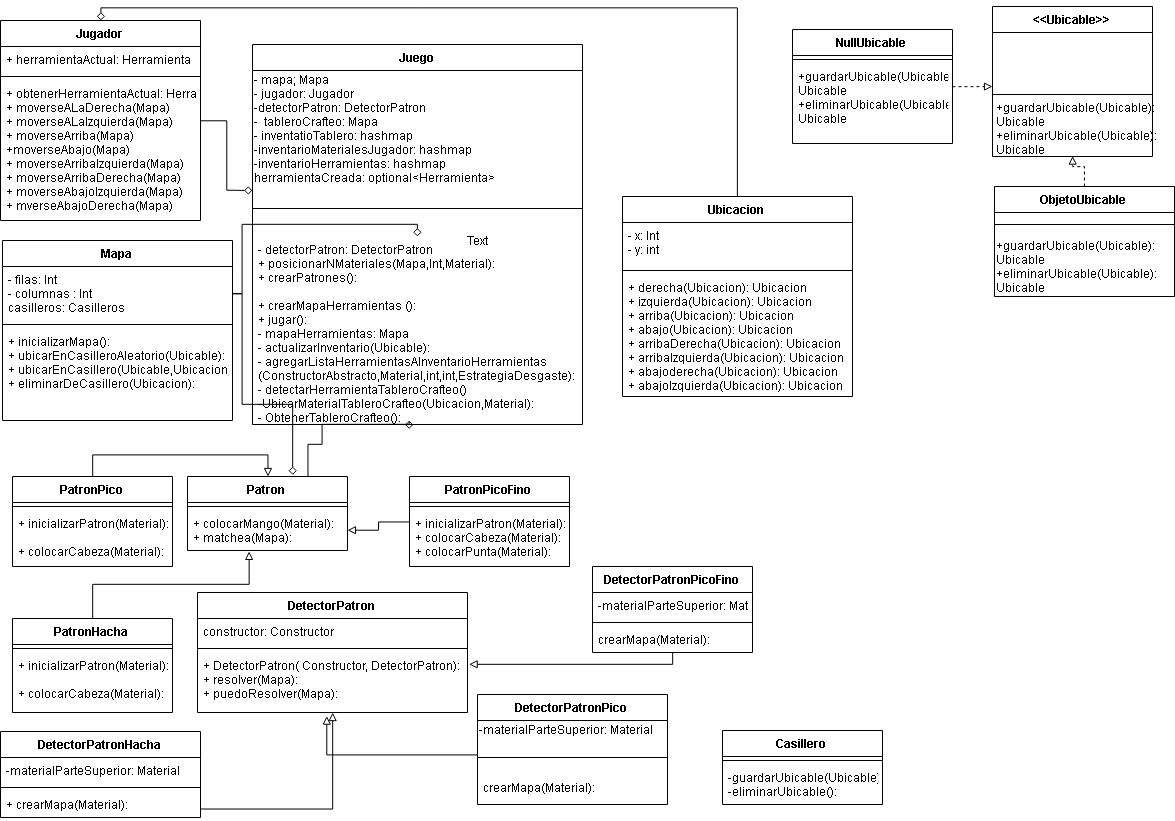
Before: Diagramas UML/diagramaClasses2.png, a diagram exported from draw.io (martinaAgata/AlgoCraft). Source tidied: cells renumbered, new cells last; positions are measured from the earlier drawing's top-left corner, leaving out a move shared by most shapes.
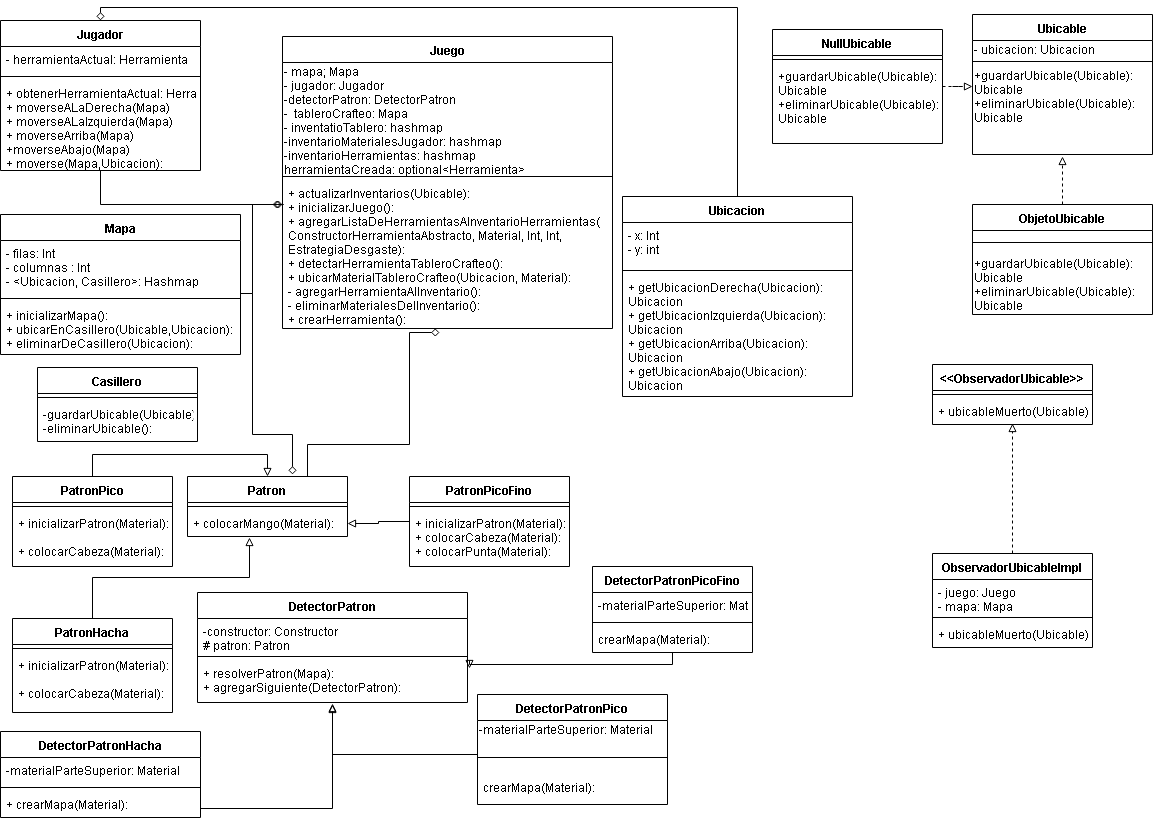
Later version of the same file.

What changed in the source:
```diff
@@ -20,3 +20,3 @@
     </mxCell>
-    <mxCell id="6" value="+ derecha(Ubicacion): Ubicacion&#10;+ izquierda(Ubicacion): Ubicacion&#10;+ arriba(Ubicacion): Ubicacion&#10;+ abajo(Ubicacion): Ubicacion&#10;+ arribaDerecha(Ubicacion): Ubicacion&#10;+ arribaIzquierda(Ubicacion): Ubicacion&#10;+ abajoderecha(Ubicacion): Ubicacion&#10;+ abajoIzquierda(Ubicacion): Ubicacion&#10;" style="text;strokeColor=none;fillColor=none;align=left;verticalAlign=top;spacingLeft=4;spacingRight=4;overflow=hidden;" parent="3" vertex="1">
+    <mxCell id="6" value="+ getUbicacionDerecha(Ubicacion): &#10;Ubicacion&#10;+ getUbicacionIzquierda(Ubicacion): &#10;Ubicacion&#10;+ getUbicacionArriba(Ubicacion): &#10;Ubicacion&#10;+ getUbicacionAbajo(Ubicacion): &#10;Ubicacion&#10;&#10;" style="text;strokeColor=none;fillColor=none;align=left;verticalAlign=top;spacingLeft=4;spacingRight=4;overflow=hidden;" parent="3" vertex="1">
       <mxGeometry y="78" width="230" height="122" as="geometry" />
@@ -29,3 +29,3 @@
     <mxCell id="8" value="Juego" style="swimlane;fontStyle=1;align=center;verticalAlign=top;horizontal=1;startSize=26;" parent="1" vertex="1">
-      <mxGeometry x="252" y="38" width="330" height="380" as="geometry" />
+      <mxGeometry x="282" y="30" width="330" height="292" as="geometry" />
     </mxCell>
@@ -35,10 +35,14 @@
     <mxCell id="10" style="line;strokeWidth=1;fillColor=none;align=left;verticalAlign=middle;spacingTop=-1;spacingLeft=3;spacingRight=3;labelPosition=right;" parent="8" vertex="1">
-      <mxGeometry y="136" width="330" height="56" as="geometry" />
+      <mxGeometry y="136" width="330" height="8" as="geometry" />
     </mxCell>
-    <mxCell id="11" value="- detectorPatron: DetectorPatron&#10;+ posicionarNMateriales(Mapa,Int,Material): &#10;+ crearPatrones(): &#10;&#10;+ crearMapaHerramientas ():&#10;+ jugar():&#10;- mapaHerramientas: Mapa&#10;- actualizarInventario(Ubicable):&#10;- agregarListaHerramientasAInventarioHerramientas&#10;(ConstructorAbstracto,Material,int,int,EstrategiaDesgaste):&#10;- detectarHerramientaTableroCrafteo()&#10;-UbicarMaterialTableroCrafteo(Ubicacion,Material):&#10;- ObtenerTableroCrafteo():&#10;" style="text;strokeColor=none;fillColor=none;align=left;verticalAlign=top;spacingLeft=4;spacingRight=4;overflow=hidden;points=[[0,0.5],[1,0.5]];portConstraint=eastwest;" parent="8" vertex="1">
-      <mxGeometry y="192" width="330" height="188" as="geometry" />
+    <mxCell id="11" value="+ actualizarInventarios(Ubicable):&#10;+ inicializarJuego():&#10;+ agregarListaDeHerramientasAInventarioHerramientas(&#10;ConstructorHerramientaAbstracto, Material, Int, Int, &#10;EstrategiaDesgaste):&#10;+ detectarHerramientaTableroCrafteo():&#10;+ ubicarMaterialTableroCrafteo(Ubicacion, Material):&#10;- agregarHerramientaAlInventario():&#10;- eliminarMaterialesDelInventario():&#10;+ crearHerramienta(): " style="text;strokeColor=none;fillColor=none;align=left;verticalAlign=top;spacingLeft=4;spacingRight=4;overflow=hidden;points=[[0,0.5],[1,0.5]];portConstraint=eastwest;" parent="8" vertex="1">
+      <mxGeometry y="144" width="330" height="148" as="geometry" />
     </mxCell>
-    <mxCell id="12" style="edgeStyle=orthogonalEdgeStyle;rounded=0;jettySize=auto;html=1;entryX=0;entryY=0.5;entryDx=0;entryDy=0;endArrow=diamond;endFill=0;" parent="1" edge="1" source="13">
+    <mxCell id="12" style="edgeStyle=orthogonalEdgeStyle;rounded=0;jettySize=auto;html=1;endArrow=diamond;endFill=0;" parent="1" edge="1" source="13">
       <mxGeometry relative="1" as="geometry">
-        <mxPoint x="252" y="184" as="targetPoint" />
+        <mxPoint x="272" y="198" as="targetPoint" />
+        <Array as="points">
+          <mxPoint x="100" y="198" />
+          <mxPoint x="283" y="198" />
+        </Array>
       </mxGeometry>
@@ -46,5 +50,5 @@
     <mxCell id="13" value="Jugador" style="swimlane;fontStyle=1;align=center;verticalAlign=top;horizontal=1;startSize=26;" parent="1" vertex="1">
-      <mxGeometry y="14" width="200" height="200" as="geometry" />
+      <mxGeometry y="14" width="200" height="150" as="geometry" />
     </mxCell>
-    <mxCell id="14" value="+ herramientaActual: Herramienta" style="text;strokeColor=none;fillColor=none;align=left;verticalAlign=top;spacingLeft=4;spacingRight=4;overflow=hidden;" parent="13" vertex="1">
+    <mxCell id="14" value="- herramientaActual: Herramienta" style="text;strokeColor=none;fillColor=none;align=left;verticalAlign=top;spacingLeft=4;spacingRight=4;overflow=hidden;" parent="13" vertex="1">
       <mxGeometry y="26" width="200" height="26" as="geometry" />
@@ -54,22 +58,24 @@
     </mxCell>
-    <mxCell id="16" value="+ obtenerHerramientaActual: Herramienta&#10;+ moverseALaDerecha(Mapa)&#10;+ moverseALaIzquierda(Mapa)&#10;+ moverseArriba(Mapa)&#10;+moverseAbajo(Mapa)&#10;+ moverseArribaIzquierda(Mapa)&#10;+ moverseArribaDerecha(Mapa)&#10;+ moverseAbajoIzquierda(Mapa)&#10;+ mverseAbajoDerecha(Mapa)" style="text;strokeColor=none;fillColor=none;align=left;verticalAlign=top;spacingLeft=4;spacingRight=4;overflow=hidden;" parent="13" vertex="1">
-      <mxGeometry y="60" width="200" height="140" as="geometry" />
+    <mxCell id="16" value="+ obtenerHerramientaActual: Herramienta&#10;+ moverseALaDerecha(Mapa)&#10;+ moverseALaIzquierda(Mapa)&#10;+ moverseArriba(Mapa)&#10;+moverseAbajo(Mapa)&#10;+ moverse(Mapa,Ubicacion):&#10;" style="text;strokeColor=none;fillColor=none;align=left;verticalAlign=top;spacingLeft=4;spacingRight=4;overflow=hidden;" parent="13" vertex="1">
+      <mxGeometry y="60" width="200" height="90" as="geometry" />
     </mxCell>
     <mxCell id="17" value="Mapa" style="swimlane;fontStyle=1;align=center;verticalAlign=top;horizontal=1;startSize=26;" parent="1" vertex="1">
-      <mxGeometry x="2" y="234" width="230" height="180" as="geometry" />
+      <mxGeometry y="208" width="240" height="140" as="geometry" />
     </mxCell>
-    <mxCell id="18" value="- filas: Int&#10;- columnas : Int&#10;casilleros: Casilleros&#10;" style="text;strokeColor=none;fillColor=none;align=left;verticalAlign=top;spacingLeft=4;spacingRight=4;overflow=hidden;points=[[0,0.5],[1,0.5]];portConstraint=eastwest;" parent="17" vertex="1">
-      <mxGeometry y="26" width="230" height="54" as="geometry" />
+    <mxCell id="18" value="- filas: Int&#10;- columnas : Int&#10;- &lt;Ubicacion, Casillero&gt;: Hashmap&#10;" style="text;strokeColor=none;fillColor=none;align=left;verticalAlign=top;spacingLeft=4;spacingRight=4;overflow=hidden;points=[[0,0.5],[1,0.5]];portConstraint=eastwest;" parent="17" vertex="1">
+      <mxGeometry y="26" width="240" height="54" as="geometry" />
     </mxCell>
     <mxCell id="19" style="line;strokeWidth=1;fillColor=none;align=left;verticalAlign=middle;spacingTop=-1;spacingLeft=3;spacingRight=3;labelPosition=right;" parent="17" vertex="1">
-      <mxGeometry y="80" width="230" height="8" as="geometry" />
+      <mxGeometry y="80" width="240" height="8" as="geometry" />
     </mxCell>
-    <mxCell id="20" value="+ inicializarMapa():&#10;+ ubicarEnCasilleroAleatorio(Ubicable):&#10;+ ubicarEnCasillero(Ubicable,Ubicacion):&#10;+ eliminarDeCasillero(Ubicacion):" style="text;strokeColor=none;fillColor=none;align=left;verticalAlign=top;spacingLeft=4;spacingRight=4;overflow=hidden;" parent="17" vertex="1">
-      <mxGeometry y="88" width="230" height="92" as="geometry" />
+    <mxCell id="20" value="+ inicializarMapa():&#10;+ ubicarEnCasillero(Ubicable,Ubicacion):&#10;+ eliminarDeCasillero(Ubicacion):" style="text;strokeColor=none;fillColor=none;align=left;verticalAlign=top;spacingLeft=4;spacingRight=4;overflow=hidden;" parent="17" vertex="1">
+      <mxGeometry y="88" width="240" height="52" as="geometry" />
     </mxCell>
-    <mxCell id="21" style="edgeStyle=orthogonalEdgeStyle;rounded=0;jettySize=auto;html=1;endArrow=diamond;endFill=0;" parent="1" edge="1" source="18" target="11">
+    <mxCell id="21" style="edgeStyle=orthogonalEdgeStyle;rounded=0;jettySize=auto;html=1;endArrow=diamond;endFill=0;" parent="1" edge="1" source="18">
       <mxGeometry relative="1" as="geometry">
+        <mxPoint x="282" y="198" as="targetPoint" />
         <Array as="points">
-          <mxPoint x="242" y="287" />
-          <mxPoint x="242" y="218" />
+          <mxPoint x="252" y="287" />
+          <mxPoint x="252" y="198" />
+          <mxPoint x="282" y="198" />
         </Array>
@@ -81,5 +87,3 @@
           <mxPoint x="307" y="438" />
-          <mxPoint x="322" y="438" />
-          <mxPoint x="322" y="418" />
-          <mxPoint x="409" y="418" />
+          <mxPoint x="409" y="438" />
         </Array>
@@ -88,3 +92,3 @@
     <mxCell id="23" value="Patron" style="swimlane;fontStyle=1;align=center;verticalAlign=top;horizontal=1;startSize=26;" parent="1" vertex="1">
-      <mxGeometry x="187" y="470" width="160" height="74" as="geometry" />
+      <mxGeometry x="187" y="470" width="160" height="60" as="geometry" />
     </mxCell>
@@ -93,4 +97,4 @@
     </mxCell>
-    <mxCell id="25" value="+ colocarMango(Material):&#10;+ matchea(Mapa):&#10;" style="text;strokeColor=none;fillColor=none;align=left;verticalAlign=top;spacingLeft=4;spacingRight=4;overflow=hidden;points=[[0,0.5],[1,0.5]];portConstraint=eastwest;" parent="23" vertex="1">
-      <mxGeometry y="34" width="160" height="40" as="geometry" />
+    <mxCell id="25" value="+ colocarMango(Material):&#10;" style="text;strokeColor=none;fillColor=none;align=left;verticalAlign=top;spacingLeft=4;spacingRight=4;overflow=hidden;points=[[0,0.5],[1,0.5]];portConstraint=eastwest;" parent="23" vertex="1">
+      <mxGeometry y="34" width="160" height="26" as="geometry" />
     </mxCell>
@@ -129,5 +133,5 @@
         <Array as="points">
-          <mxPoint x="242" y="287" />
-          <mxPoint x="242" y="398" />
-          <mxPoint x="292" y="398" />
+          <mxPoint x="252" y="287" />
+          <mxPoint x="252" y="428" />
+          <mxPoint x="292" y="428" />
         </Array>
@@ -148,15 +152,16 @@
     <mxCell id="39" value="DetectorPatron" style="swimlane;fontStyle=1;align=center;verticalAlign=top;horizontal=1;startSize=26;" parent="1" vertex="1">
-      <mxGeometry x="197" y="586" width="270" height="120" as="geometry" />
+      <mxGeometry x="197" y="586" width="270" height="110" as="geometry" />
     </mxCell>
-    <mxCell id="40" value="constructor: Constructor" style="text;strokeColor=none;fillColor=none;align=left;verticalAlign=top;spacingLeft=4;spacingRight=4;overflow=hidden;" parent="39" vertex="1">
-      <mxGeometry y="26" width="270" height="26" as="geometry" />
+    <mxCell id="40" value="-constructor: Constructor&#10;# patron: Patron&#10;" style="text;strokeColor=none;fillColor=none;align=left;verticalAlign=top;spacingLeft=4;spacingRight=4;overflow=hidden;" parent="39" vertex="1">
+      <mxGeometry y="26" width="270" height="34" as="geometry" />
     </mxCell>
     <mxCell id="41" style="line;strokeWidth=1;fillColor=none;align=left;verticalAlign=middle;spacingTop=-1;spacingLeft=3;spacingRight=3;labelPosition=right;" parent="39" vertex="1">
-      <mxGeometry y="52" width="270" height="8" as="geometry" />
+      <mxGeometry y="60" width="270" height="8" as="geometry" />
     </mxCell>
-    <mxCell id="42" value="+ DetectorPatron( Constructor, DetectorPatron):&#10;+ resolver(Mapa):&#10;+ puedoResolver(Mapa):" style="text;strokeColor=none;fillColor=none;align=left;verticalAlign=top;spacingLeft=4;spacingRight=4;overflow=hidden;points=[[0,0.5],[1,0.5]];portConstraint=eastwest;" parent="39" vertex="1">
-      <mxGeometry y="60" width="270" height="60" as="geometry" />
+    <mxCell id="42" value="+ resolverPatron(Mapa):&#10;+ agregarSiguiente(DetectorPatron):&#10;" style="text;strokeColor=none;fillColor=none;align=left;verticalAlign=top;spacingLeft=4;spacingRight=4;overflow=hidden;points=[[0,0.5],[1,0.5]];portConstraint=eastwest;" parent="39" vertex="1">
+      <mxGeometry y="68" width="270" height="42" as="geometry" />
     </mxCell>
-    <mxCell id="43" style="edgeStyle=orthogonalEdgeStyle;rounded=0;jettySize=auto;html=1;entryX=0.5;entryY=1;entryDx=0;entryDy=0;endArrow=block;endFill=0;" parent="1" edge="1" source="44" target="39">
+    <mxCell id="43" style="edgeStyle=orthogonalEdgeStyle;rounded=0;jettySize=auto;html=1;endArrow=block;endFill=0;" parent="1" edge="1" source="44">
       <mxGeometry relative="1" as="geometry">
+        <mxPoint x="332" y="698" as="targetPoint" />
         <Array as="points">
@@ -179,6 +184,6 @@
     </mxCell>
-    <mxCell id="48" style="edgeStyle=orthogonalEdgeStyle;rounded=0;jettySize=auto;html=1;endArrow=block;endFill=0;entryX=0.478;entryY=1.067;entryDx=0;entryDy=0;entryPerimeter=0;" parent="1" edge="1" source="49" target="42">
+    <mxCell id="48" style="edgeStyle=orthogonalEdgeStyle;rounded=0;jettySize=auto;html=1;endArrow=block;endFill=0;entryX=0.5;entryY=1.033;entryDx=0;entryDy=0;entryPerimeter=0;" parent="1" edge="1" source="49" target="42">
       <mxGeometry relative="1" as="geometry">
         <Array as="points">
-          <mxPoint x="326" y="748" />
+          <mxPoint x="332" y="748" />
         </Array>
@@ -217,22 +222,24 @@
     </mxCell>
-    <mxCell id="58" value="Casillero" style="swimlane;fontStyle=1;align=center;verticalAlign=top;horizontal=1;startSize=26;" parent="1" vertex="1">
-      <mxGeometry x="722" y="724" width="160" height="74" as="geometry" />
-    </mxCell>
-    <mxCell id="59" style="line;strokeWidth=1;fillColor=none;align=left;verticalAlign=middle;spacingTop=-1;spacingLeft=3;spacingRight=3;labelPosition=right;" parent="58" vertex="1">
-      <mxGeometry y="26" width="160" height="8" as="geometry" />
-    </mxCell>
-    <mxCell id="60" value="-guardarUbicable(Ubicable):&#10;-eliminarUbicable():&#10;" style="text;strokeColor=none;fillColor=none;align=left;verticalAlign=top;spacingLeft=4;spacingRight=4;overflow=hidden;" parent="58" vertex="1">
-      <mxGeometry y="34" width="160" height="40" as="geometry" />
-    </mxCell>
-    <mxCell id="61" value="&lt;&lt;Ubicable&gt;&gt;" style="swimlane;fontStyle=1;align=center;verticalAlign=top;horizontal=1;startSize=26;" parent="1" vertex="1">
-      <mxGeometry x="992" width="160" height="150" as="geometry" />
+    <mxCell id="61" value="Ubicable" style="swimlane;fontStyle=1;align=center;verticalAlign=top;horizontal=1;startSize=26;" parent="1" vertex="1">
+      <mxGeometry x="972" y="8" width="180" height="140" as="geometry" />
     </mxCell>
+    <mxCell id="73" value="- ubicacion: Ubicacion" style="text;html=1;align=left;verticalAlign=top;spacingTop=-4;" parent="61" vertex="1">
+      <mxGeometry y="26" width="180" height="20" as="geometry" />
+    </mxCell>
     <mxCell id="62" style="line;strokeWidth=1;fillColor=none;align=left;verticalAlign=middle;spacingTop=-1;spacingLeft=3;spacingRight=3;labelPosition=right;" parent="61" vertex="1">
-      <mxGeometry y="26" width="160" height="124" as="geometry" />
+      <mxGeometry y="46" width="180" height="2" as="geometry" />
     </mxCell>
+    <mxCell id="67" value="+guardarUbicable(Ubicable):&lt;br&gt;Ubicable&lt;br&gt;+eliminarUbicable(Ubicable):&lt;br&gt;Ubicable&lt;br&gt;" style="text;html=1;" parent="61" vertex="1">
+      <mxGeometry y="48" width="180" height="92" as="geometry" />
+    </mxCell>
-    <mxCell id="63" style="edgeStyle=orthogonalEdgeStyle;rounded=0;jettySize=auto;html=1;entryX=0.5;entryY=1;entryDx=0;entryDy=0;endArrow=block;endFill=0;dashed=1;" parent="1" edge="1" source="64" target="61">
-      <mxGeometry relative="1" as="geometry" />
+    <mxCell id="63" style="edgeStyle=orthogonalEdgeStyle;rounded=0;jettySize=auto;html=1;endArrow=block;endFill=0;dashed=1;" parent="1" edge="1" source="64">
+      <mxGeometry relative="1" as="geometry">
+        <mxPoint x="1062" y="150" as="targetPoint" />
+        <Array as="points">
+          <mxPoint x="1062" y="150" />
+        </Array>
+      </mxGeometry>
     </mxCell>
     <mxCell id="64" value="ObjetoUbicable" style="swimlane;fontStyle=1;align=center;verticalAlign=top;horizontal=1;startSize=26;" parent="1" vertex="1">
-      <mxGeometry x="994" y="180" width="180" height="110" as="geometry" />
+      <mxGeometry x="972" y="198" width="180" height="110" as="geometry" />
     </mxCell>
@@ -244,8 +251,5 @@
     </mxCell>
-    <mxCell id="67" value="+guardarUbicable(Ubicable):&lt;br&gt;Ubicable&lt;br&gt;+eliminarUbicable(Ubicable):&lt;br&gt;Ubicable&lt;br&gt;" style="text;html=1;" parent="1" vertex="1">
-      <mxGeometry x="994" y="88" width="120" height="30" as="geometry" />
-    </mxCell>
     <mxCell id="68" style="edgeStyle=orthogonalEdgeStyle;rounded=0;jettySize=auto;html=1;endArrow=block;endFill=0;dashed=1;" parent="1" edge="1" source="69">
       <mxGeometry relative="1" as="geometry">
-        <mxPoint x="992" y="80" as="targetPoint" />
+        <mxPoint x="972" y="80" as="targetPoint" />
       </mxGeometry>
@@ -253,13 +257,43 @@
     <mxCell id="69" value="NullUbicable" style="swimlane;fontStyle=1;align=center;verticalAlign=top;horizontal=1;startSize=26;" parent="1" vertex="1">
-      <mxGeometry x="792" y="23" width="160" height="114" as="geometry" />
+      <mxGeometry x="772" y="23" width="170" height="114" as="geometry" />
     </mxCell>
     <mxCell id="70" style="line;strokeWidth=1;fillColor=none;align=left;verticalAlign=middle;spacingTop=-1;spacingLeft=3;spacingRight=3;labelPosition=right;" parent="69" vertex="1">
-      <mxGeometry y="26" width="160" height="8" as="geometry" />
+      <mxGeometry y="26" width="170" height="8" as="geometry" />
     </mxCell>
     <mxCell id="71" value="+guardarUbicable(Ubicable):&#10;Ubicable&#10;+eliminarUbicable(Ubicable):&#10;Ubicable" style="text;strokeColor=none;fillColor=none;align=left;verticalAlign=top;spacingLeft=4;spacingRight=4;overflow=hidden;" parent="69" vertex="1">
-      <mxGeometry y="34" width="160" height="80" as="geometry" />
+      <mxGeometry y="34" width="170" height="80" as="geometry" />
     </mxCell>
-    <mxCell id="72" value="Text" style="text;html=1;align=left;verticalAlign=top;spacingTop=-4;" parent="1" vertex="1">
-      <mxGeometry x="465" y="225" width="40" height="20" as="geometry" />
-    </mxCell>
+    <mxCell id="74" style="edgeStyle=orthogonalEdgeStyle;rounded=0;jettySize=auto;html=1;entryX=0.5;entryY=0.962;entryDx=0;entryDy=0;entryPerimeter=0;endArrow=block;endFill=0;dashed=1;" parent="1" edge="1" source="75" target="81">
+      <mxGeometry relative="1" as="geometry" />
+    </mxCell>
+    <mxCell id="75" value="ObservadorUbicableImpl" style="swimlane;fontStyle=1;align=center;verticalAlign=top;horizontal=1;startSize=26;" parent="1" vertex="1">
+      <mxGeometry x="932" y="547" width="160" height="94" as="geometry" />
+    </mxCell>
+    <mxCell id="76" value="- juego: Juego&#10;- mapa: Mapa&#10;" style="text;strokeColor=none;fillColor=none;align=left;verticalAlign=top;spacingLeft=4;spacingRight=4;overflow=hidden;" parent="75" vertex="1">
+      <mxGeometry y="26" width="160" height="34" as="geometry" />
+    </mxCell>
+    <mxCell id="77" style="line;strokeWidth=1;fillColor=none;align=left;verticalAlign=middle;spacingTop=-1;spacingLeft=3;spacingRight=3;labelPosition=right;" parent="75" vertex="1">
+      <mxGeometry y="60" width="160" height="8" as="geometry" />
+    </mxCell>
+    <mxCell id="78" value="+ ubicableMuerto(Ubicable):" style="text;strokeColor=none;fillColor=none;align=left;verticalAlign=top;spacingLeft=4;spacingRight=4;overflow=hidden;" parent="75" vertex="1">
+      <mxGeometry y="68" width="160" height="26" as="geometry" />
+    </mxCell>
+    <mxCell id="79" value="&lt;&lt;ObservadorUbicable&gt;&gt;" style="swimlane;fontStyle=1;align=center;verticalAlign=top;horizontal=1;startSize=26;" parent="1" vertex="1">
+      <mxGeometry x="932" y="358" width="160" height="60" as="geometry" />
+    </mxCell>
+    <mxCell id="80" style="line;strokeWidth=1;fillColor=none;align=left;verticalAlign=middle;spacingTop=-1;spacingLeft=3;spacingRight=3;labelPosition=right;" parent="79" vertex="1">
+      <mxGeometry y="26" width="160" height="8" as="geometry" />
+    </mxCell>
+    <mxCell id="81" value="+ ubicableMuerto(Ubicable):" style="text;strokeColor=none;fillColor=none;align=left;verticalAlign=top;spacingLeft=4;spacingRight=4;overflow=hidden;points=[[0,0.5],[1,0.5]];portConstraint=eastwest;" parent="79" vertex="1">
+      <mxGeometry y="34" width="160" height="26" as="geometry" />
+    </mxCell>
+    <mxCell id="58" value="Casillero" style="swimlane;fontStyle=1;align=center;verticalAlign=top;horizontal=1;startSize=26;" parent="1" vertex="1">
+      <mxGeometry x="37" y="361" width="160" height="74" as="geometry" />
+    </mxCell>
+    <mxCell id="82" style="line;strokeWidth=1;fillColor=none;align=left;verticalAlign=middle;spacingTop=-1;spacingLeft=3;spacingRight=3;labelPosition=right;" parent="58" vertex="1">
+      <mxGeometry y="26" width="160" height="8" as="geometry" />
+    </mxCell>
+    <mxCell id="60" value="-guardarUbicable(Ubicable):&#10;-eliminarUbicable():&#10;" style="text;strokeColor=none;fillColor=none;align=left;verticalAlign=top;spacingLeft=4;spacingRight=4;overflow=hidden;" parent="58" vertex="1">
+      <mxGeometry y="34" width="160" height="40" as="geometry" />
+    </mxCell>
   </root>
```
